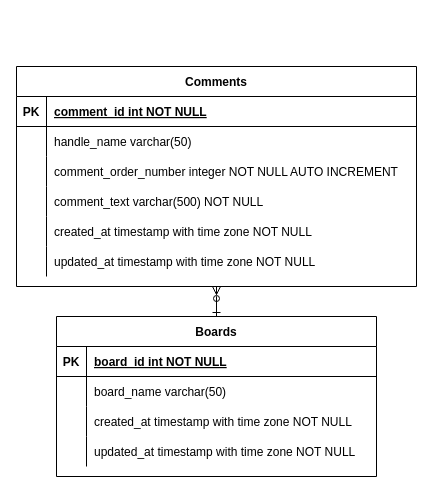
Before: JTBBS.drawio in Milix-M/JTBBS, a draw.io diagram. Source tidied: cells renumbered, new cells numbered last; positions are measured from the earlier drawing's top-left corner, leaving out a move shared by most shapes. Both pictures are drawn from the tidied source at 100%, with x=0, y=0 at pixel (16, 66).
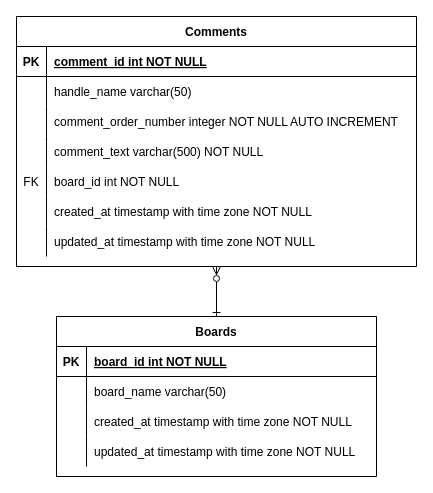
Above is the later version.

Commit message:
update entity-relation diagram

What changed in the source:
```diff
@@
     <mxCell id="3" value="Comments" style="shape=table;startSize=30;childLayout=tableLayout;rowLines=0;fontStyle=1;align=center;" parent="1" vertex="1">
-      <mxGeometry width="400" height="220" as="geometry" />
+      <mxGeometry y="-50" width="400" height="250" as="geometry" />
     </mxCell>
@@
+    <mxCell id="35" style="shape=partialRectangle;fillColor=none;top=0;left=0;right=0;bottom=0;" parent="3" vertex="1">
+      <mxGeometry y="150" width="400" height="30" as="geometry" />
+    </mxCell>
+    <mxCell id="36" value="FK" style="shape=partialRectangle;overflow=hidden;fillColor=none;top=0;left=0;bottom=0;right=0;" parent="35" vertex="1">
+      <mxGeometry width="30" height="30" as="geometry" />
+    </mxCell>
+    <mxCell id="37" value="board_id int NOT NULL" style="shape=partialRectangle;overflow=hidden;fillColor=none;top=0;left=0;bottom=0;right=0;align=left;spacingLeft=6;" parent="35" vertex="1">
+      <mxGeometry x="30" width="370" height="30" as="geometry" />
+    </mxCell>
     <mxCell id="16" style="shape=partialRectangle;fillColor=none;top=0;left=0;right=0;bottom=0;" parent="3" vertex="1">
-      <mxGeometry y="150" width="400" height="30" as="geometry" />
+      <mxGeometry y="180" width="400" height="30" as="geometry" />
     </mxCell>
@@
     <mxCell id="19" style="shape=partialRectangle;fillColor=none;top=0;left=0;right=0;bottom=0;" parent="3" vertex="1">
-      <mxGeometry y="180" width="400" height="30" as="geometry" />
+      <mxGeometry y="210" width="400" height="30" as="geometry" />
     </mxCell>
```
